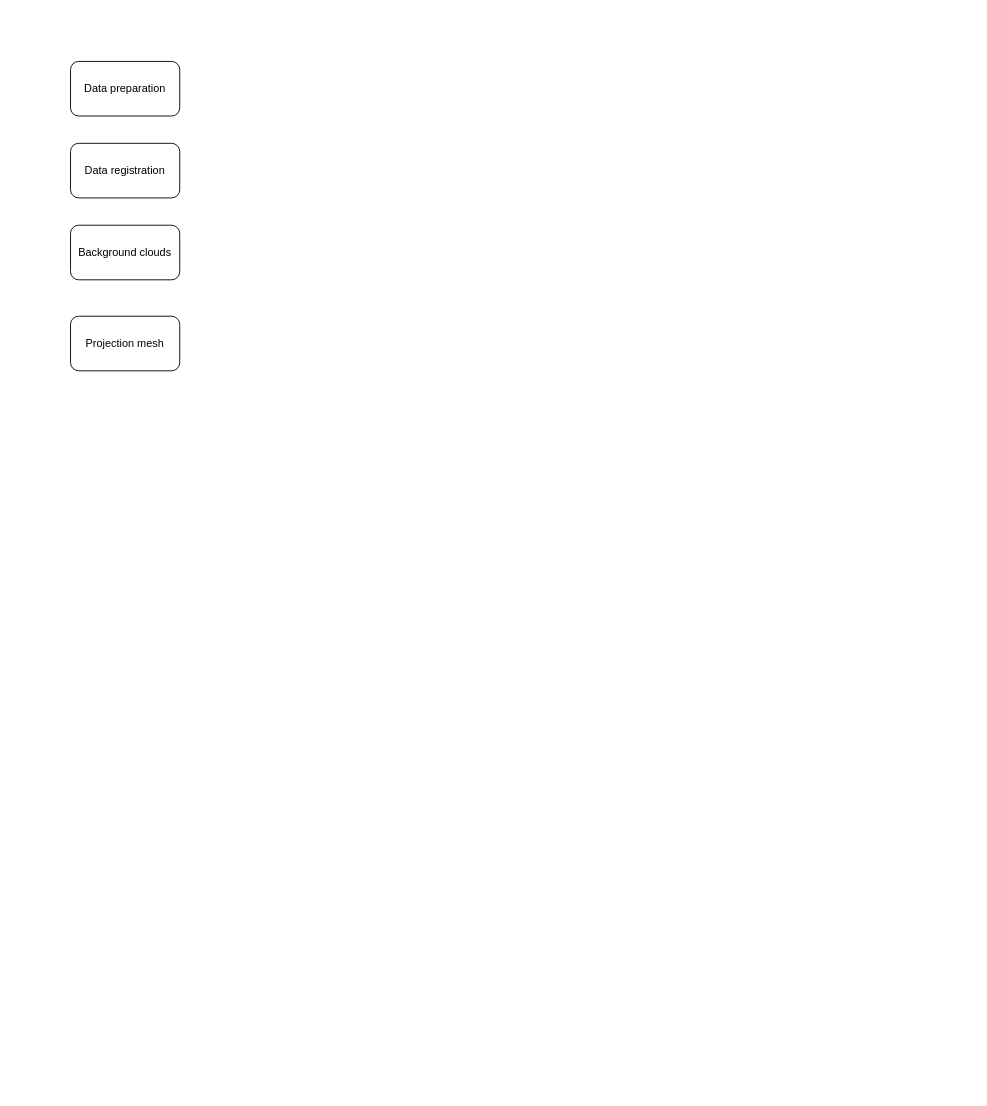
marko-veris/draw.io keeps this draw.io diagram as RoadSiDe.drawio. Above is the earlier version. Source tidied: cells renumbered, new cells numbered last; positions are measured from the earlier drawing's top-left corner, leaving out a move shared by most shapes. Both pictures are drawn from the tidied source at 91%, with x=0, y=0 at pixel (70, 61).
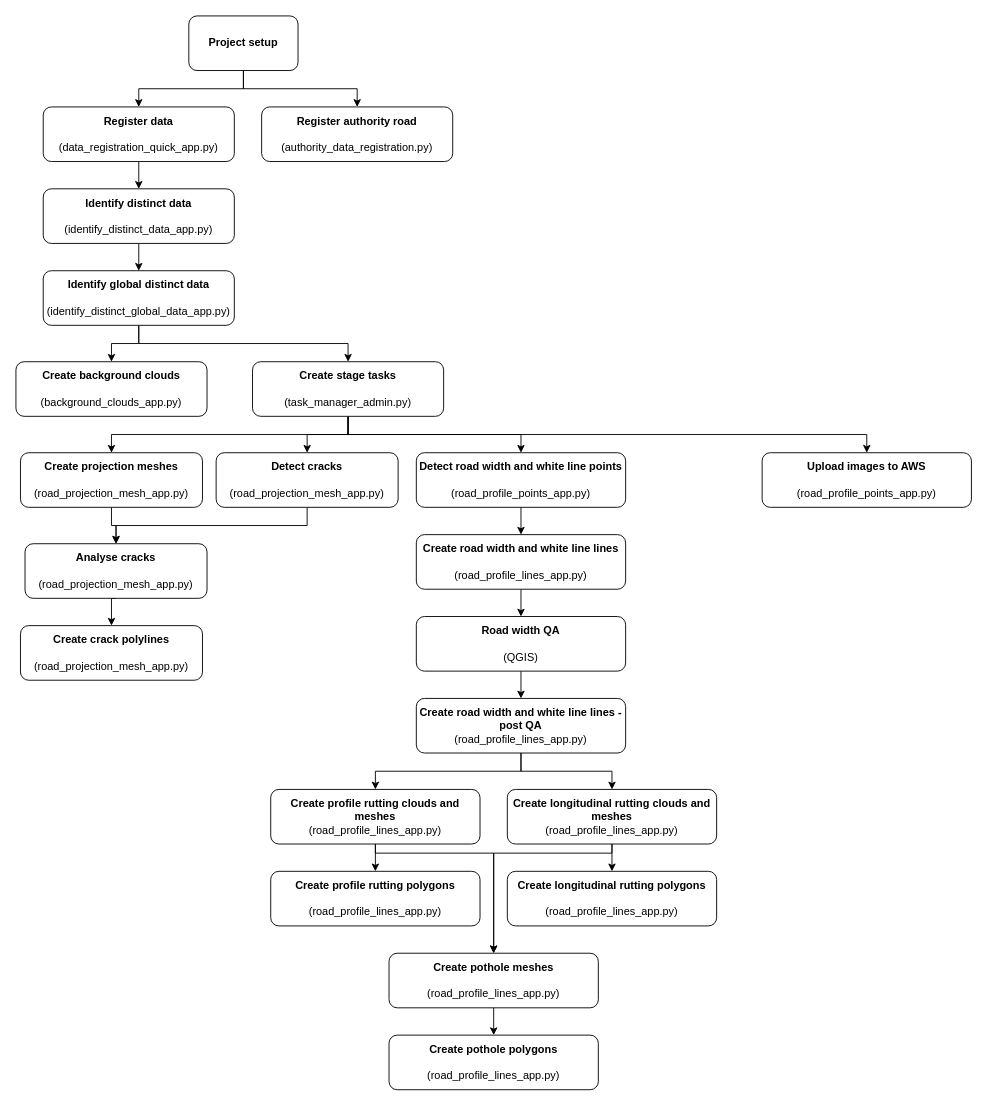
After the change.

Diff of the diagram source:
```diff
@@
+    <mxCell id="6" style="edgeStyle=orthogonalEdgeStyle;rounded=0;jettySize=auto;html=1;exitX=0.5;exitY=1;exitDx=0;exitDy=0;entryX=0.5;entryY=0;entryDx=0;entryDy=0;" parent="1" edge="1" source="2" target="15">
+      <mxGeometry relative="1" as="geometry" />
+    </mxCell>
-    <mxCell id="2" value="Data registration" style="rounded=1;whiteSpace=wrap;html=1;" parent="1" vertex="1">
-      <mxGeometry y="90" width="120" height="60" as="geometry" />
+    <mxCell id="2" value="&lt;b&gt;Register data&lt;br&gt;&lt;/b&gt;&lt;br&gt;(data_registration_quick_app.py)" style="rounded=1;whiteSpace=wrap;html=1;" parent="1" vertex="1">
+      <mxGeometry x="-30" y="50" width="210" height="60" as="geometry" />
     </mxCell>
+    <mxCell id="7" style="edgeStyle=orthogonalEdgeStyle;rounded=0;jettySize=auto;html=1;exitX=0.5;exitY=1;exitDx=0;exitDy=0;entryX=0.5;entryY=0;entryDx=0;entryDy=0;" parent="1" edge="1" source="3" target="2">
+      <mxGeometry relative="1" as="geometry" />
+    </mxCell>
+    <mxCell id="8" style="edgeStyle=orthogonalEdgeStyle;rounded=0;jettySize=auto;html=1;exitX=0.5;exitY=1;exitDx=0;exitDy=0;entryX=0.5;entryY=0;entryDx=0;entryDy=0;" parent="1" edge="1" source="3" target="16">
+      <mxGeometry relative="1" as="geometry" />
+    </mxCell>
-    <mxCell id="3" value="Data preparation" style="rounded=1;whiteSpace=wrap;html=1;" parent="1" vertex="1">
-      <mxGeometry width="120" height="60" as="geometry" />
+    <mxCell id="3" value="&lt;b&gt;Project setup&lt;/b&gt;" style="rounded=1;whiteSpace=wrap;html=1;" parent="1" vertex="1">
+      <mxGeometry x="130" y="-50" width="120" height="60" as="geometry" />
     </mxCell>
-    <mxCell id="4" value="Background clouds" style="rounded=1;whiteSpace=wrap;html=1;" parent="1" vertex="1">
-      <mxGeometry y="180" width="120" height="60" as="geometry" />
+    <mxCell id="4" value="&lt;b&gt;Create background clouds&lt;br&gt;&lt;/b&gt;&lt;br&gt;(background_clouds_app.py)" style="rounded=1;whiteSpace=wrap;html=1;" parent="1" vertex="1">
+      <mxGeometry x="-60" y="330" width="210" height="60" as="geometry" />
     </mxCell>
+    <mxCell id="9" style="edgeStyle=orthogonalEdgeStyle;rounded=0;jettySize=auto;html=1;exitX=0.5;exitY=1;exitDx=0;exitDy=0;entryX=0.5;entryY=0;entryDx=0;entryDy=0;" parent="1" edge="1" source="5" target="13">
+      <mxGeometry relative="1" as="geometry" />
+    </mxCell>
-    <mxCell id="5" value="Projection mesh" style="rounded=1;whiteSpace=wrap;html=1;" parent="1" vertex="1">
-      <mxGeometry y="280" width="120" height="60" as="geometry" />
+    <mxCell id="5" value="&lt;b&gt;Detect road width and white line points&lt;br&gt;&lt;/b&gt;&lt;br&gt;(road_profile_points_app.py)" style="rounded=1;whiteSpace=wrap;html=1;" parent="1" vertex="1">
+      <mxGeometry x="380" y="430" width="230" height="60" as="geometry" />
     </mxCell>
+    <mxCell id="10" style="edgeStyle=orthogonalEdgeStyle;rounded=0;jettySize=auto;html=1;exitX=0.5;exitY=1;exitDx=0;exitDy=0;entryX=0.5;entryY=0;entryDx=0;entryDy=0;" parent="1" edge="1" source="11" target="28">
+      <mxGeometry relative="1" as="geometry" />
+    </mxCell>
+    <mxCell id="11" value="&lt;b&gt;Create projection meshes&lt;br&gt;&lt;/b&gt;&lt;br&gt;(road_projection_mesh_app.py)" style="rounded=1;whiteSpace=wrap;html=1;" parent="1" vertex="1">
+      <mxGeometry x="-55" y="430" width="200" height="60" as="geometry" />
+    </mxCell>
+    <mxCell id="12" style="edgeStyle=orthogonalEdgeStyle;rounded=0;jettySize=auto;html=1;exitX=0.5;exitY=1;exitDx=0;exitDy=0;entryX=0.5;entryY=0;entryDx=0;entryDy=0;" parent="1" edge="1" source="13" target="31">
+      <mxGeometry relative="1" as="geometry" />
+    </mxCell>
+    <mxCell id="13" value="&lt;b&gt;Create road width and white line lines&lt;br&gt;&lt;/b&gt;&lt;br&gt;(road_profile_lines_app.py)" style="rounded=1;whiteSpace=wrap;html=1;" parent="1" vertex="1">
+      <mxGeometry x="380" y="520" width="230" height="60" as="geometry" />
+    </mxCell>
+    <mxCell id="14" style="edgeStyle=orthogonalEdgeStyle;rounded=0;jettySize=auto;html=1;exitX=0.5;exitY=1;exitDx=0;exitDy=0;entryX=0.5;entryY=0;entryDx=0;entryDy=0;" parent="1" edge="1" source="15" target="19">
+      <mxGeometry relative="1" as="geometry" />
+    </mxCell>
+    <mxCell id="15" value="&lt;b&gt;Identify distinct data&lt;br&gt;&lt;/b&gt;&lt;br&gt;(identify_distinct_data_app.py)" style="rounded=1;whiteSpace=wrap;html=1;" parent="1" vertex="1">
+      <mxGeometry x="-30" y="140" width="210" height="60" as="geometry" />
+    </mxCell>
+    <mxCell id="16" value="&lt;b&gt;Register authority road&lt;br&gt;&lt;/b&gt;&lt;br&gt;(authority_data_registration.py)" style="rounded=1;whiteSpace=wrap;html=1;" parent="1" vertex="1">
+      <mxGeometry x="210" y="50" width="210" height="60" as="geometry" />
+    </mxCell>
+    <mxCell id="17" style="edgeStyle=orthogonalEdgeStyle;rounded=0;jettySize=auto;html=1;exitX=0.5;exitY=1;exitDx=0;exitDy=0;entryX=0.5;entryY=0;entryDx=0;entryDy=0;" parent="1" edge="1" source="19" target="4">
+      <mxGeometry relative="1" as="geometry" />
+    </mxCell>
+    <mxCell id="18" style="edgeStyle=orthogonalEdgeStyle;rounded=0;jettySize=auto;html=1;exitX=0.5;exitY=1;exitDx=0;exitDy=0;entryX=0.5;entryY=0;entryDx=0;entryDy=0;" parent="1" edge="1" source="19" target="24">
+      <mxGeometry relative="1" as="geometry" />
+    </mxCell>
+    <mxCell id="19" value="&lt;b&gt;Identify global distinct data&lt;br&gt;&lt;/b&gt;&lt;br&gt;(identify_distinct_global_data_app.py)" style="rounded=1;whiteSpace=wrap;html=1;" parent="1" vertex="1">
+      <mxGeometry x="-30" y="230" width="210" height="60" as="geometry" />
+    </mxCell>
+    <mxCell id="20" style="edgeStyle=orthogonalEdgeStyle;rounded=0;jettySize=auto;html=1;exitX=0.5;exitY=1;exitDx=0;exitDy=0;entryX=0.5;entryY=0;entryDx=0;entryDy=0;" parent="1" edge="1" source="24" target="11">
+      <mxGeometry relative="1" as="geometry" />
+    </mxCell>
+    <mxCell id="21" style="edgeStyle=orthogonalEdgeStyle;rounded=0;jettySize=auto;html=1;exitX=0.5;exitY=1;exitDx=0;exitDy=0;entryX=0.5;entryY=0;entryDx=0;entryDy=0;" parent="1" edge="1" source="24" target="26">
+      <mxGeometry relative="1" as="geometry" />
+    </mxCell>
+    <mxCell id="22" style="edgeStyle=orthogonalEdgeStyle;rounded=0;jettySize=auto;html=1;exitX=0.5;exitY=1;exitDx=0;exitDy=0;entryX=0.5;entryY=0;entryDx=0;entryDy=0;" parent="1" edge="1" source="24" target="5">
+      <mxGeometry relative="1" as="geometry" />
+    </mxCell>
+    <mxCell id="23" style="edgeStyle=orthogonalEdgeStyle;rounded=0;jettySize=auto;html=1;exitX=0.5;exitY=1;exitDx=0;exitDy=0;entryX=0.5;entryY=0;entryDx=0;entryDy=0;" parent="1" edge="1" source="24" target="46">
+      <mxGeometry relative="1" as="geometry" />
+    </mxCell>
+    <mxCell id="24" value="&lt;b&gt;Create stage tasks&lt;br&gt;&lt;/b&gt;&lt;br&gt;(task_manager_admin.py)" style="rounded=1;whiteSpace=wrap;html=1;" parent="1" vertex="1">
+      <mxGeometry x="200" y="330" width="210" height="60" as="geometry" />
+    </mxCell>
+    <mxCell id="25" style="edgeStyle=orthogonalEdgeStyle;rounded=0;jettySize=auto;html=1;exitX=0.5;exitY=1;exitDx=0;exitDy=0;entryX=0.5;entryY=0;entryDx=0;entryDy=0;" parent="1" edge="1" source="26" target="28">
+      <mxGeometry relative="1" as="geometry" />
+    </mxCell>
+    <mxCell id="26" value="&lt;b&gt;Detect cracks&lt;br&gt;&lt;/b&gt;&lt;br&gt;(road_projection_mesh_app.py)" style="rounded=1;whiteSpace=wrap;html=1;" parent="1" vertex="1">
+      <mxGeometry x="160" y="430" width="200" height="60" as="geometry" />
+    </mxCell>
+    <mxCell id="27" style="edgeStyle=orthogonalEdgeStyle;rounded=0;jettySize=auto;html=1;exitX=0.5;exitY=1;exitDx=0;exitDy=0;entryX=0.5;entryY=0;entryDx=0;entryDy=0;" parent="1" edge="1" source="28" target="29">
+      <mxGeometry relative="1" as="geometry" />
+    </mxCell>
+    <mxCell id="28" value="&lt;b&gt;Analyse cracks&lt;br&gt;&lt;/b&gt;&lt;br&gt;(road_projection_mesh_app.py)" style="rounded=1;whiteSpace=wrap;html=1;" parent="1" vertex="1">
+      <mxGeometry x="-50" y="530" width="200" height="60" as="geometry" />
+    </mxCell>
+    <mxCell id="29" value="&lt;b&gt;Create crack polylines&lt;br&gt;&lt;/b&gt;&lt;br&gt;(road_projection_mesh_app.py)" style="rounded=1;whiteSpace=wrap;html=1;" parent="1" vertex="1">
+      <mxGeometry x="-55" y="620" width="200" height="60" as="geometry" />
+    </mxCell>
+    <mxCell id="30" style="edgeStyle=orthogonalEdgeStyle;rounded=0;jettySize=auto;html=1;exitX=0.5;exitY=1;exitDx=0;exitDy=0;entryX=0.5;entryY=0;entryDx=0;entryDy=0;" parent="1" edge="1" source="31" target="34">
+      <mxGeometry relative="1" as="geometry" />
+    </mxCell>
+    <mxCell id="31" value="&lt;b&gt;Road width QA&lt;br&gt;&lt;/b&gt;&lt;br&gt;(QGIS)" style="rounded=1;whiteSpace=wrap;html=1;" parent="1" vertex="1">
+      <mxGeometry x="380" y="610" width="230" height="60" as="geometry" />
+    </mxCell>
+    <mxCell id="32" style="edgeStyle=orthogonalEdgeStyle;rounded=0;jettySize=auto;html=1;exitX=0.5;exitY=1;exitDx=0;exitDy=0;entryX=0.5;entryY=0;entryDx=0;entryDy=0;" parent="1" edge="1" source="34" target="37">
+      <mxGeometry relative="1" as="geometry" />
+    </mxCell>
+    <mxCell id="33" style="edgeStyle=orthogonalEdgeStyle;rounded=0;jettySize=auto;html=1;exitX=0.5;exitY=1;exitDx=0;exitDy=0;entryX=0.5;entryY=0;entryDx=0;entryDy=0;" parent="1" edge="1" source="34" target="40">
+      <mxGeometry relative="1" as="geometry" />
+    </mxCell>
+    <mxCell id="34" value="&lt;b&gt;Create road width and white line lines - post QA&lt;/b&gt;&lt;br&gt;(road_profile_lines_app.py)" style="rounded=1;whiteSpace=wrap;html=1;" parent="1" vertex="1">
+      <mxGeometry x="380" y="700" width="230" height="60" as="geometry" />
+    </mxCell>
+    <mxCell id="35" style="edgeStyle=orthogonalEdgeStyle;rounded=0;jettySize=auto;html=1;exitX=0.5;exitY=1;exitDx=0;exitDy=0;entryX=0.5;entryY=0;entryDx=0;entryDy=0;" parent="1" edge="1" source="37" target="41">
+      <mxGeometry relative="1" as="geometry" />
+    </mxCell>
+    <mxCell id="36" style="edgeStyle=orthogonalEdgeStyle;rounded=0;jettySize=auto;html=1;exitX=0.5;exitY=1;exitDx=0;exitDy=0;entryX=0.5;entryY=0;entryDx=0;entryDy=0;" parent="1" edge="1" source="37" target="44">
+      <mxGeometry relative="1" as="geometry">
+        <Array as="points">
+          <mxPoint x="335" y="870" />
+          <mxPoint x="465" y="870" />
+        </Array>
+      </mxGeometry>
+    </mxCell>
+    <mxCell id="37" value="&lt;b&gt;Create profile rutting clouds and meshes&lt;br&gt;&lt;/b&gt;(road_profile_lines_app.py)" style="rounded=1;whiteSpace=wrap;html=1;" parent="1" vertex="1">
+      <mxGeometry x="220" y="800" width="230" height="60" as="geometry" />
+    </mxCell>
+    <mxCell id="38" style="edgeStyle=orthogonalEdgeStyle;rounded=0;jettySize=auto;html=1;exitX=0.5;exitY=1;exitDx=0;exitDy=0;entryX=0.5;entryY=0;entryDx=0;entryDy=0;" parent="1" edge="1" source="40" target="42">
+      <mxGeometry relative="1" as="geometry" />
+    </mxCell>
+    <mxCell id="39" style="edgeStyle=orthogonalEdgeStyle;rounded=0;jettySize=auto;html=1;exitX=0.5;exitY=1;exitDx=0;exitDy=0;entryX=0.5;entryY=0;entryDx=0;entryDy=0;" parent="1" edge="1" source="40" target="44">
+      <mxGeometry relative="1" as="geometry">
+        <Array as="points">
+          <mxPoint x="595" y="870" />
+          <mxPoint x="465" y="870" />
+          <mxPoint x="465" y="980" />
+        </Array>
+      </mxGeometry>
+    </mxCell>
+    <mxCell id="40" value="&lt;b&gt;Create longitudinal rutting clouds and meshes&lt;/b&gt;&lt;b&gt;&lt;br&gt;&lt;/b&gt;(road_profile_lines_app.py)" style="rounded=1;whiteSpace=wrap;html=1;" parent="1" vertex="1">
+      <mxGeometry x="480" y="800" width="230" height="60" as="geometry" />
+    </mxCell>
+    <mxCell id="41" value="&lt;b&gt;Create profile rutting polygons&lt;br&gt;&lt;br&gt;&lt;/b&gt;(road_profile_lines_app.py)" style="rounded=1;whiteSpace=wrap;html=1;" parent="1" vertex="1">
+      <mxGeometry x="220" y="890" width="230" height="60" as="geometry" />
+    </mxCell>
+    <mxCell id="42" value="&lt;b&gt;Create longitudinal rutting polygons&lt;br&gt;&lt;br&gt;&lt;/b&gt;(road_profile_lines_app.py)" style="rounded=1;whiteSpace=wrap;html=1;" parent="1" vertex="1">
+      <mxGeometry x="480" y="890" width="230" height="60" as="geometry" />
+    </mxCell>
+    <mxCell id="43" style="edgeStyle=orthogonalEdgeStyle;rounded=0;jettySize=auto;html=1;exitX=0.5;exitY=1;exitDx=0;exitDy=0;entryX=0.5;entryY=0;entryDx=0;entryDy=0;" parent="1" edge="1" source="44" target="45">
+      <mxGeometry relative="1" as="geometry" />
+    </mxCell>
+    <mxCell id="44" value="&lt;b&gt;Create pothole meshes&lt;br&gt;&lt;br&gt;&lt;/b&gt;(road_profile_lines_app.py)" style="rounded=1;whiteSpace=wrap;html=1;" parent="1" vertex="1">
+      <mxGeometry x="350" y="980" width="230" height="60" as="geometry" />
+    </mxCell>
+    <mxCell id="45" value="&lt;b&gt;Create pothole polygons&lt;br&gt;&lt;br&gt;&lt;/b&gt;(road_profile_lines_app.py)" style="rounded=1;whiteSpace=wrap;html=1;" parent="1" vertex="1">
+      <mxGeometry x="350" y="1070" width="230" height="60" as="geometry" />
+    </mxCell>
+    <mxCell id="46" value="&lt;b&gt;Upload images to AWS&lt;br&gt;&lt;/b&gt;&lt;br&gt;(road_profile_points_app.py)" style="rounded=1;whiteSpace=wrap;html=1;" parent="1" vertex="1">
+      <mxGeometry x="760" y="430" width="230" height="60" as="geometry" />
+    </mxCell>
```
